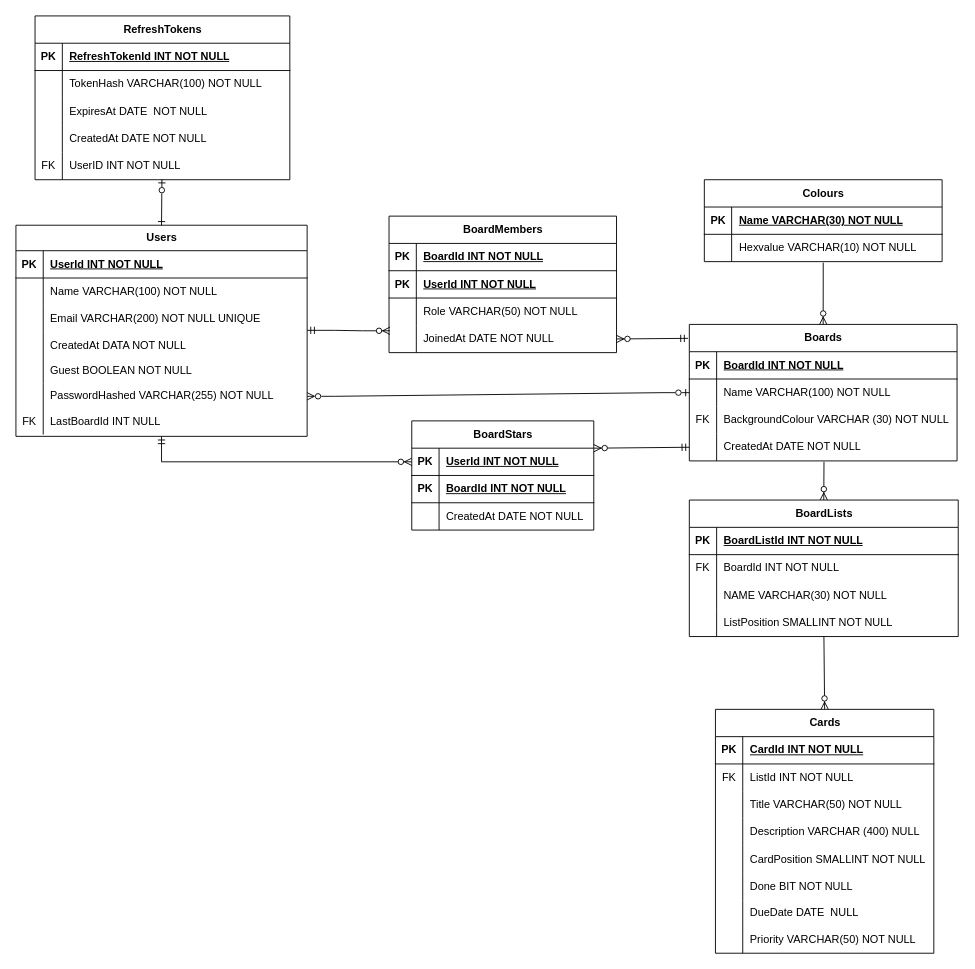
Above: DatabaseFilesAndDesign/DatabaseDesign.drawio in maninder56/Planner-Web-App (draw.io), before the change. Source tidied: cells renumbered, new cells numbered last; positions are measured from the earlier drawing's top-left corner, leaving out a move shared by most shapes. Both pictures are drawn from the tidied source at 91%, with x=0, y=0 at pixel (15, 15).
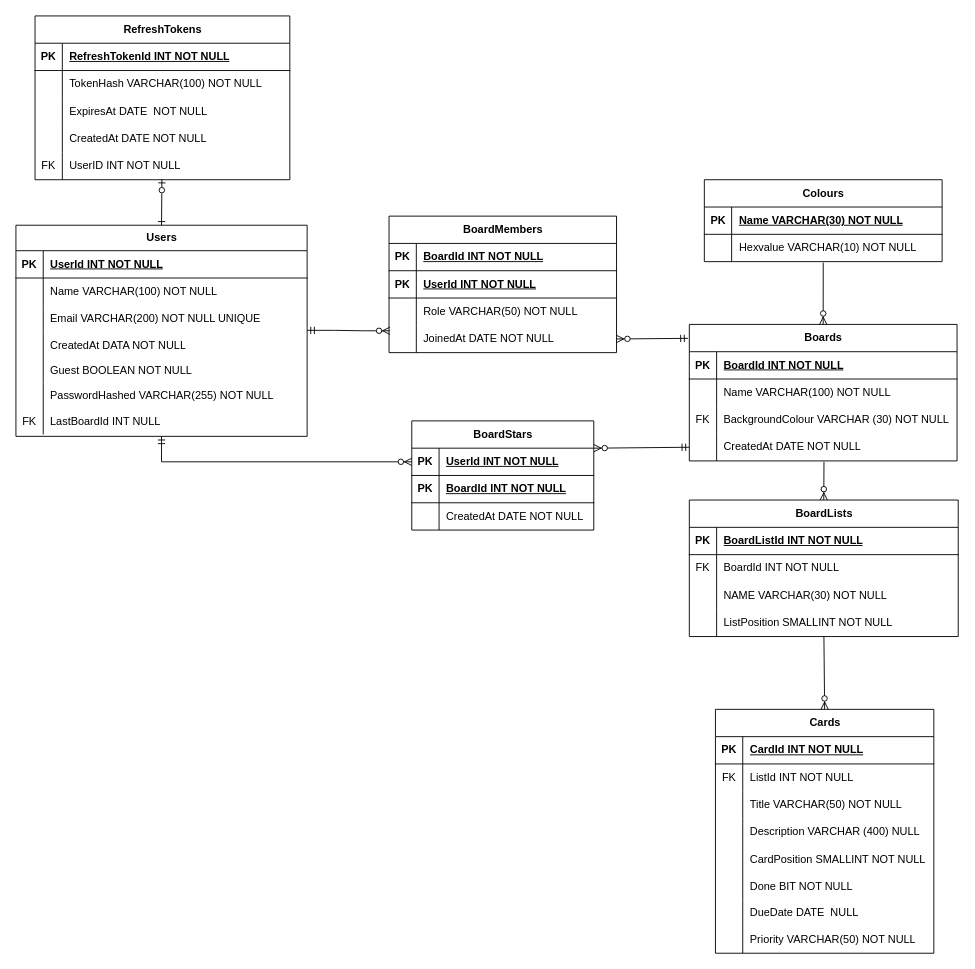
Above is the later version.

Commit message (it also covers changes not shown here):
Removed direct relationship between users and boards and moved older version of database design to archive folder

The change refers to these unchanged cells:
```xml
<mxCell id="18" style="shape=tableRow;horizontal=0;startSize=0;swimlaneHead=0;swimlaneBody=0;fillColor=none;points=[[0,0.5],[1,0.5]];portConstraint=eastwest;top=0;left=0;right=0;bottom=0;" parent="2" vertex="1">
  <mxGeometry y="174" width="320" height="28" as="geometry" />
</mxCell>
<mxCell id="58" style="shape=tableRow;horizontal=0;startSize=0;swimlaneHead=0;swimlaneBody=0;fillColor=none;points=[[0,0.5],[1,0.5]];portConstraint=eastwest;top=0;left=0;right=0;bottom=0;" parent="54" vertex="1">
  <mxGeometry y="60" width="294.2" height="30" as="geometry" />
</mxCell>
```

Diff of the diagram source:
```diff
@@
-    <mxCell id="121" style="edgeStyle=entityRelationEdgeStyle;fontSize=12;html=1;endArrow=ERzeroToOne;startArrow=ERzeroToMany;rounded=0;exitX=1;exitY=0.5;exitDx=0;exitDy=0;endFill=0;startFill=0;entryX=0;entryY=0.5;entryDx=0;entryDy=0;" parent="1" edge="1" source="18" target="58">
-      <mxGeometry relative="1" as="geometry" />
-    </mxCell>
```
